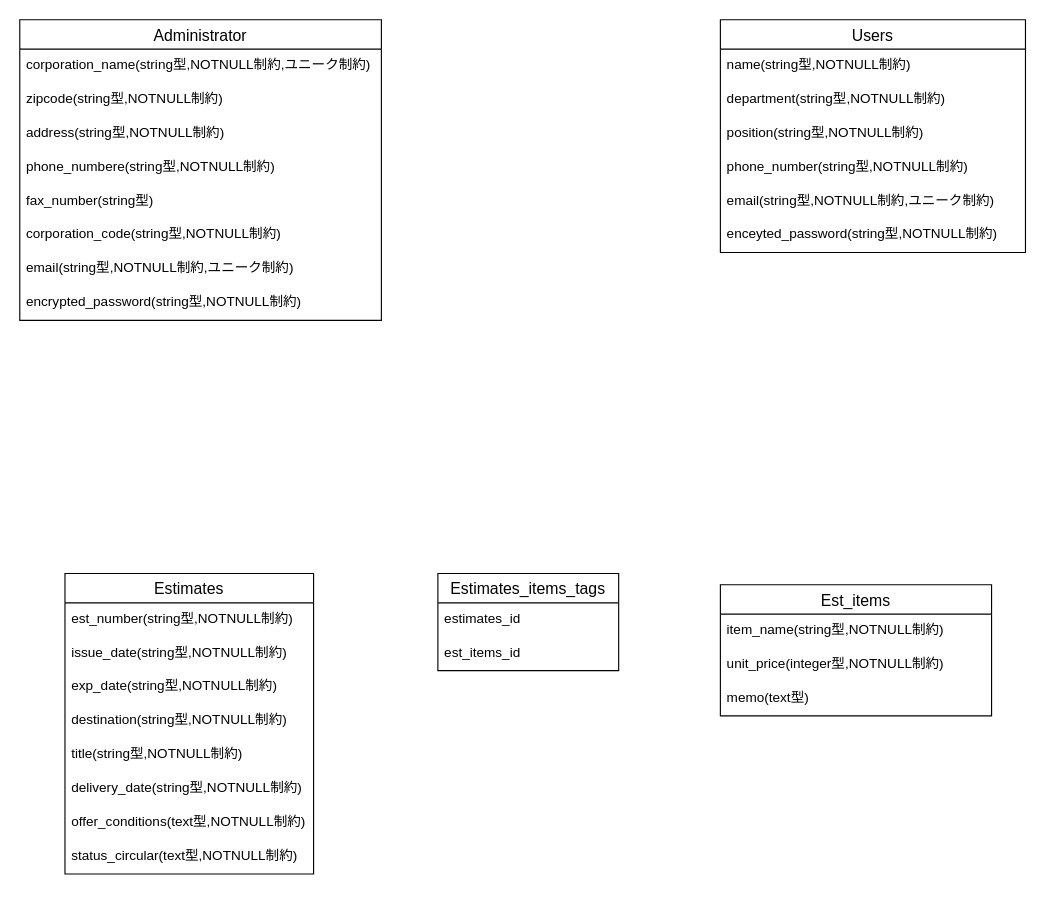
Earlier version of the draw.io diagram ER.dio (fe3524/original_app_001). Source tidied: cells renumbered, new cells numbered last; positions are measured from the earlier drawing's top-left corner, leaving out a move shared by most shapes. Both pictures are drawn from the tidied source at 113%, with x=0, y=0 at pixel (19, 19).
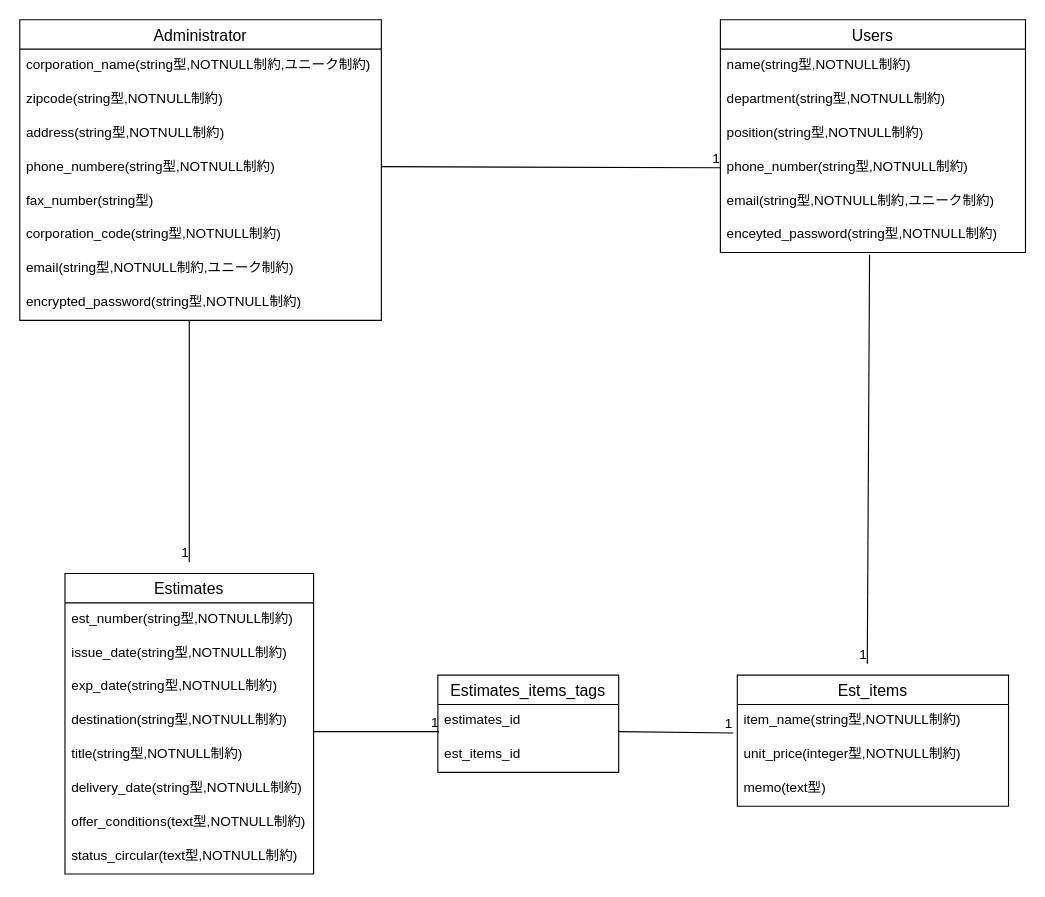
The same diagram, later.

Unchanged cells that the change refers to:
```xml
<mxCell id="15" value="phone_number(string型,NOTNULL制約)" style="text;strokeColor=none;fillColor=none;spacingLeft=4;spacingRight=4;overflow=hidden;points=[[0,0.5],[1,0.5]];portConstraint=eastwest;fontSize=12;" parent="11" vertex="1">
  <mxGeometry y="116" width="270" height="30" as="geometry" />
</mxCell>
<mxCell id="17" value="enceyted_password(string型,NOTNULL制約)" style="text;strokeColor=none;fillColor=none;spacingLeft=4;spacingRight=4;overflow=hidden;points=[[0,0.5],[1,0.5]];portConstraint=eastwest;fontSize=12;" parent="11" vertex="1">
  <mxGeometry y="176" width="270" height="30" as="geometry" />
</mxCell>
<mxCell id="28" value="item_name(string型,NOTNULL制約)" style="text;strokeColor=none;fillColor=none;spacingLeft=4;spacingRight=4;overflow=hidden;points=[[0,0.5],[1,0.5]];portConstraint=eastwest;fontSize=12;" parent="27" vertex="1">
  <mxGeometry y="26" width="240" height="30" as="geometry" />
</mxCell>
```

Diff of the diagram source:
```diff
@@
     <mxCell id="27" value="Est_items" style="swimlane;fontStyle=0;horizontal=1;startSize=26;align=center;fontSize=14;" parent="1" vertex="1">
-      <mxGeometry x="620" y="500" width="240" height="116" as="geometry" />
+      <mxGeometry x="635" y="580" width="240" height="116" as="geometry" />
     </mxCell>
@@
     <mxCell id="31" value="Estimates_items_tags" style="swimlane;fontStyle=0;horizontal=1;startSize=26;align=center;fontSize=14;" parent="1" vertex="1">
-      <mxGeometry x="370" y="490" width="160" height="86" as="geometry" />
+      <mxGeometry x="370" y="580" width="160" height="86" as="geometry" />
     </mxCell>
@@
+    <mxCell id="34" style="endArrow=none;html=1;rounded=0;entryX=0;entryY=0.5;entryDx=0;entryDy=0;" parent="1" edge="1" target="15">
+      <mxGeometry relative="1" as="geometry">
+        <mxPoint x="320" y="130" as="sourcePoint" />
+      </mxGeometry>
+    </mxCell>
+    <mxCell id="35" value="1" style="html=1;align=right;verticalAlign=bottom;" parent="34" vertex="1">
+      <mxGeometry x="1" relative="1" as="geometry" />
+    </mxCell>
+    <mxCell id="36" style="endArrow=none;html=1;rounded=0;" parent="1" edge="1">
+      <mxGeometry relative="1" as="geometry">
+        <mxPoint x="150" y="266" as="sourcePoint" />
+        <mxPoint x="150" y="480" as="targetPoint" />
+      </mxGeometry>
+    </mxCell>
+    <mxCell id="37" value="1" style="html=1;align=right;verticalAlign=bottom;" parent="36" vertex="1">
+      <mxGeometry x="1" relative="1" as="geometry" />
+    </mxCell>
+    <mxCell id="38" style="endArrow=none;html=1;rounded=0;" parent="1" edge="1">
+      <mxGeometry relative="1" as="geometry">
+        <mxPoint x="260" y="630" as="sourcePoint" />
+        <mxPoint x="371" y="630" as="targetPoint" />
+      </mxGeometry>
+    </mxCell>
+    <mxCell id="39" value="1" style="html=1;align=right;verticalAlign=bottom;" parent="38" vertex="1">
+      <mxGeometry x="1" relative="1" as="geometry" />
+    </mxCell>
+    <mxCell id="40" style="endArrow=none;html=1;rounded=0;entryX=-0.015;entryY=0.838;entryDx=0;entryDy=0;entryPerimeter=0;" parent="1" edge="1" target="28">
+      <mxGeometry relative="1" as="geometry">
+        <mxPoint x="530" y="630" as="sourcePoint" />
+      </mxGeometry>
+    </mxCell>
+    <mxCell id="41" value="1" style="html=1;align=right;verticalAlign=bottom;" parent="40" vertex="1">
+      <mxGeometry x="1" relative="1" as="geometry" />
+    </mxCell>
+    <mxCell id="42" style="endArrow=none;html=1;rounded=0;exitX=0.489;exitY=1.063;exitDx=0;exitDy=0;exitPerimeter=0;" parent="1" edge="1" source="17">
+      <mxGeometry relative="1" as="geometry">
+        <mxPoint x="750" y="570" as="targetPoint" />
+      </mxGeometry>
+    </mxCell>
+    <mxCell id="43" value="1" style="html=1;align=right;verticalAlign=bottom;" parent="42" vertex="1">
+      <mxGeometry x="1" relative="1" as="geometry" />
+    </mxCell>
```
